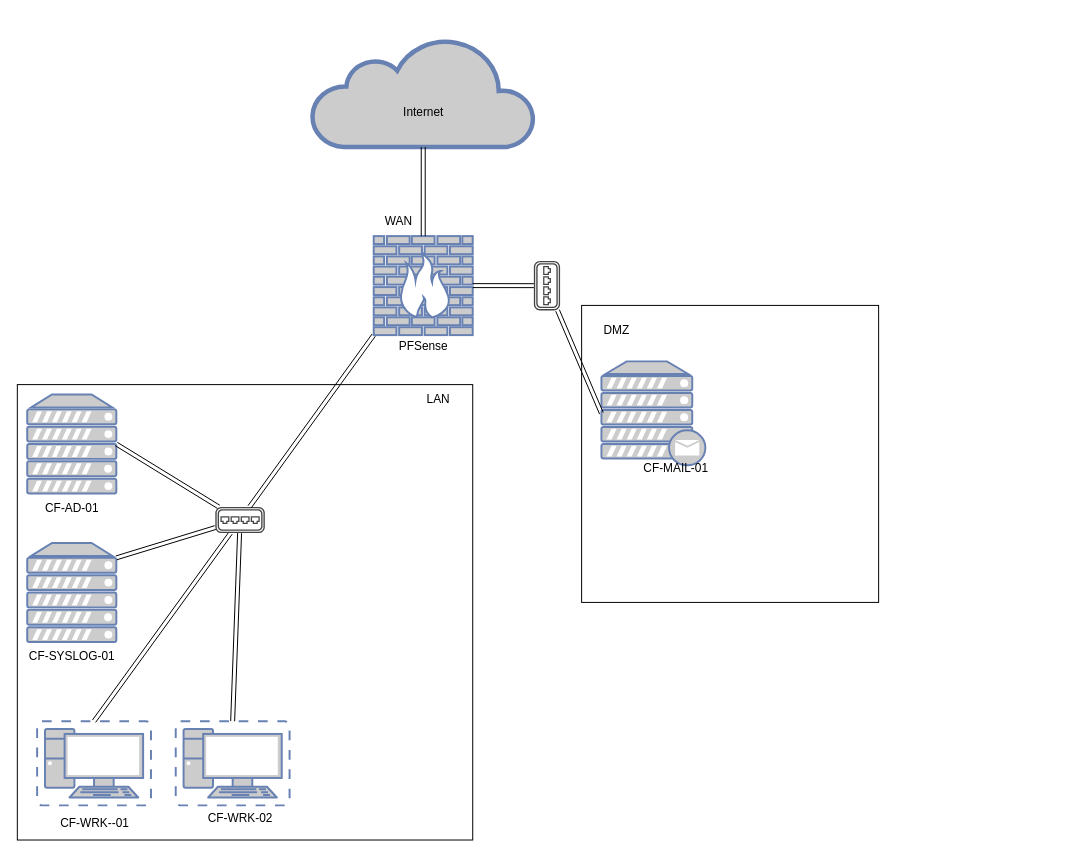
The draw.io diagram Diagram/Untitled Diagram.drawio in Brody-L/Honeypot-Project, before the edit. Source tidied: cells renumbered, new cells numbered last; positions are measured from the earlier drawing's top-left corner, leaving out a move shared by most shapes. Both pictures are drawn from the tidied source at 99%, with x=0, y=0 at pixel (17, 38).
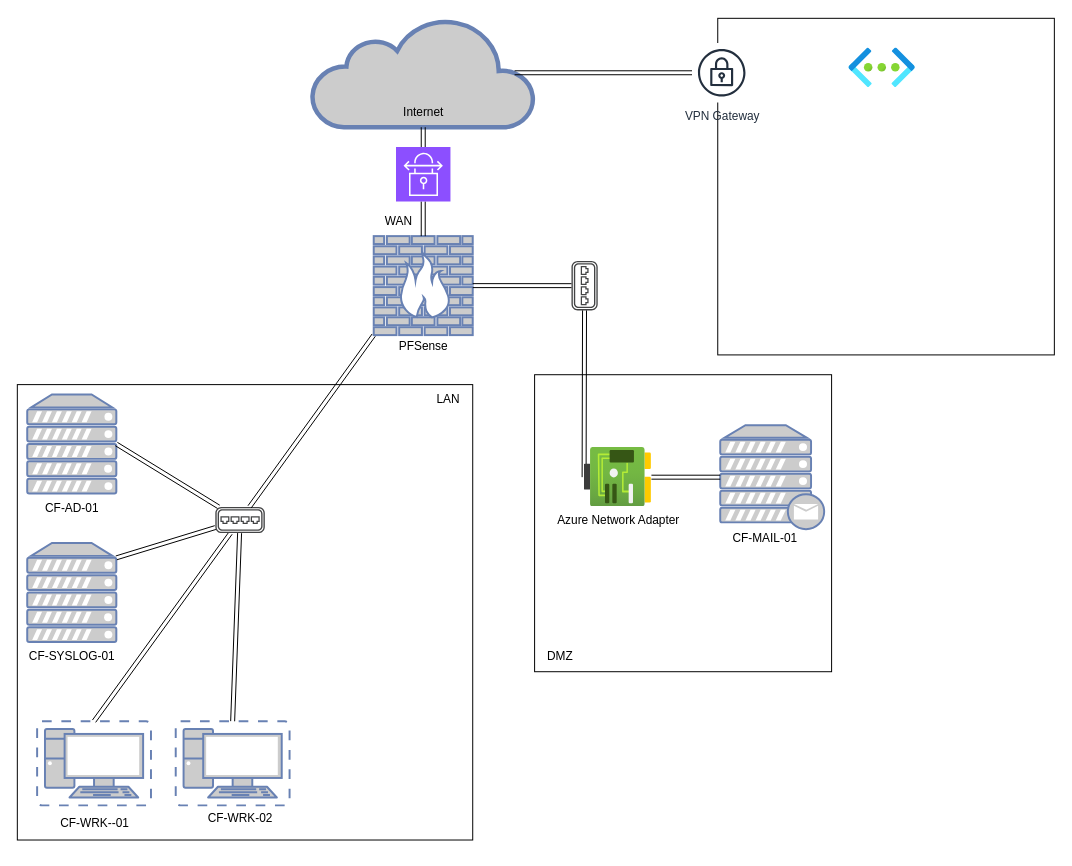
After the change.

Unchanged cells that the change refers to:
```xml
<mxCell id="8" style="fontColor=#0066CC;verticalAlign=top;verticalLabelPosition=bottom;labelPosition=center;align=center;html=1;outlineConnect=0;fillColor=#CCCCCC;strokeColor=#6881B3;gradientColor=none;gradientDirection=north;strokeWidth=2;shape=mxgraph.networks.firewall;" parent="1" vertex="1">
  <mxGeometry x="360" y="200" width="100" height="100" as="geometry" />
</mxCell>
```

The edit, as a diff of the source:
```diff
@@
+    <mxCell id="31" style="whiteSpace=wrap;html=1;" parent="1" vertex="1">
+      <mxGeometry x="707.5" y="-20" width="340" height="340" as="geometry" />
+    </mxCell>
@@
     <mxCell id="3" style="whiteSpace=wrap;html=1;" parent="1" vertex="1">
-      <mxGeometry x="570" y="270" width="300" height="300" as="geometry" />
+      <mxGeometry x="522.5" y="340" width="300" height="300" as="geometry" />
     </mxCell>
@@
     <mxCell id="7" style="fontColor=#0066CC;verticalAlign=top;verticalLabelPosition=bottom;labelPosition=center;align=center;html=1;outlineConnect=0;fillColor=#CCCCCC;strokeColor=#6881B3;gradientColor=none;gradientDirection=north;strokeWidth=2;shape=mxgraph.networks.mail_server;" parent="1" vertex="1">
-      <mxGeometry x="590" y="326.5" width="105" height="105" as="geometry" />
+      <mxGeometry x="710" y="391" width="105" height="105" as="geometry" />
     </mxCell>
@@
     <mxCell id="9" style="html=1;outlineConnect=0;fillColor=#CCCCCC;strokeColor=#6881B3;gradientColor=none;gradientDirection=north;strokeWidth=2;shape=mxgraph.networks.cloud;fontColor=#ffffff;" parent="1" vertex="1">
-      <mxGeometry x="297.5" width="225" height="110" as="geometry" />
+      <mxGeometry x="297.5" y="-20" width="225" height="110" as="geometry" />
     </mxCell>
-    <mxCell id="10" style="shape=link;html=1;rounded=0;entryX=0;entryY=0.5;entryDx=0;entryDy=0;entryPerimeter=0;" parent="1" edge="1" source="15" target="7">
+    <mxCell id="10" style="shape=link;html=1;rounded=0;entryX=0;entryY=0.5;entryDx=0;entryDy=0;entryPerimeter=0;" parent="1" edge="1" source="33" target="7">
       <mxGeometry relative="1" as="geometry" />
     </mxCell>
@@
     <mxCell id="15" style="sketch=0;shadow=0;dashed=0;html=1;strokeColor=none;fillColor=#434445;labelPosition=center;verticalLabelPosition=bottom;verticalAlign=top;align=center;outlineConnect=0;shape=mxgraph.vvd.virtual_switch;rotation=-90;" parent="1" vertex="1">
-      <mxGeometry x="510" y="236.8" width="50" height="26.5" as="geometry" />
+      <mxGeometry x="548" y="236.8" width="50" height="26.5" as="geometry" />
     </mxCell>
@@
-    <mxCell id="18" style="shape=link;html=1;rounded=0;exitX=0.5;exitY=0;exitDx=0;exitDy=0;exitPerimeter=0;entryX=0.5;entryY=1;entryDx=0;entryDy=0;entryPerimeter=0;" parent="1" edge="1" source="8" target="9">
+    <mxCell id="18" style="shape=link;html=1;rounded=0;exitX=0.5;exitY=0;exitDx=0;exitDy=0;exitPerimeter=0;entryX=0.5;entryY=1;entryDx=0;entryDy=0;entryPerimeter=0;" parent="1" edge="1" source="38" target="9">
       <mxGeometry relative="1" as="geometry" />
     </mxCell>
@@
     <mxCell id="22" value="&lt;div&gt;CF-MAIL-01&lt;/div&gt;" style="text;html=1;align=center;verticalAlign=middle;strokeColor=none;fillColor=none;" parent="1" vertex="1">
-      <mxGeometry x="620" y="420" width="90" height="30" as="geometry" />
+      <mxGeometry x="710" y="490" width="90" height="30" as="geometry" />
     </mxCell>
@@
     <mxCell id="26" value="&lt;div&gt;DMZ&lt;/div&gt;" style="text;html=1;align=center;verticalAlign=middle;strokeColor=none;fillColor=none;" parent="1" vertex="1">
-      <mxGeometry x="580" y="280" width="50" height="30" as="geometry" />
+      <mxGeometry x="522.5" y="610" width="50" height="30" as="geometry" />
     </mxCell>
     <mxCell id="27" value="&lt;div&gt;LAN&lt;/div&gt;" style="text;html=1;align=center;verticalAlign=middle;strokeColor=none;fillColor=none;" parent="1" vertex="1">
-      <mxGeometry x="400" y="350" width="50" height="30" as="geometry" />
+      <mxGeometry x="410" y="350" width="50" height="30" as="geometry" />
     </mxCell>
@@
+    <mxCell id="32" style="shape=link;html=1;rounded=0;entryX=0;entryY=0.5;entryDx=0;entryDy=0;entryPerimeter=0;" parent="1" edge="1" source="15" target="33">
+      <mxGeometry relative="1" as="geometry" />
+    </mxCell>
+    <mxCell id="33" style="image;html=1;points=[];align=center;fontSize=12;image=img/lib/azure2/networking/Network_Interfaces.svg;" parent="1" vertex="1">
+      <mxGeometry x="572.5" y="413.5" width="68" height="60" as="geometry" />
+    </mxCell>
+    <mxCell id="34" value="&lt;div&gt;Azure Network Adapter&lt;/div&gt;" style="text;html=1;align=center;verticalAlign=middle;strokeColor=none;fillColor=none;" parent="1" vertex="1">
+      <mxGeometry x="531.5" y="471.8" width="150" height="30" as="geometry" />
+    </mxCell>
+    <mxCell id="35" style="image;html=1;align=center;fontSize=12;image=img/lib/azure2/networking/Virtual_Networks.svg;" parent="1" vertex="1">
+      <mxGeometry x="840" y="10" width="67" height="40" as="geometry" />
+    </mxCell>
+    <mxCell id="36" value="VPN Gateway" style="sketch=0;outlineConnect=0;fontColor=#232F3E;gradientColor=none;strokeColor=#232F3E;fillColor=#ffffff;dashed=0;verticalLabelPosition=bottom;verticalAlign=top;align=center;html=1;fontSize=12;fontStyle=0;shape=mxgraph.aws4.resourceIcon;resIcon=mxgraph.aws4.vpn_gateway;" parent="1" vertex="1">
+      <mxGeometry x="681.5" y="5" width="60" height="60" as="geometry" />
+    </mxCell>
+    <mxCell id="37" style="shape=link;html=1;rounded=0;exitX=0.5;exitY=0;exitDx=0;exitDy=0;exitPerimeter=0;entryX=0.5;entryY=1;entryDx=0;entryDy=0;entryPerimeter=0;" parent="1" edge="1" source="8" target="38">
+      <mxGeometry relative="1" as="geometry" />
+    </mxCell>
+    <mxCell id="38" style="sketch=0;points=[[0,0,0],[0.25,0,0],[0.5,0,0],[0.75,0,0],[1,0,0],[0,1,0],[0.25,1,0],[0.5,1,0],[0.75,1,0],[1,1,0],[0,0.25,0],[0,0.5,0],[0,0.75,0],[1,0.25,0],[1,0.5,0],[1,0.75,0]];outlineConnect=0;fontColor=#232F3E;fillColor=#8C4FFF;strokeColor=#ffffff;dashed=0;verticalLabelPosition=bottom;verticalAlign=top;align=center;html=1;fontSize=12;fontStyle=0;shape=mxgraph.aws4.resourceIcon;resIcon=mxgraph.aws4.site_to_site_vpn;" parent="1" vertex="1">
+      <mxGeometry x="382.5" y="110" width="55" height="55" as="geometry" />
+    </mxCell>
+    <mxCell id="39" style="shape=link;html=1;rounded=0;exitX=0.91;exitY=0.5;exitDx=0;exitDy=0;exitPerimeter=0;" parent="1" edge="1" source="9" target="36">
+      <mxGeometry relative="1" as="geometry" />
+    </mxCell>
```
